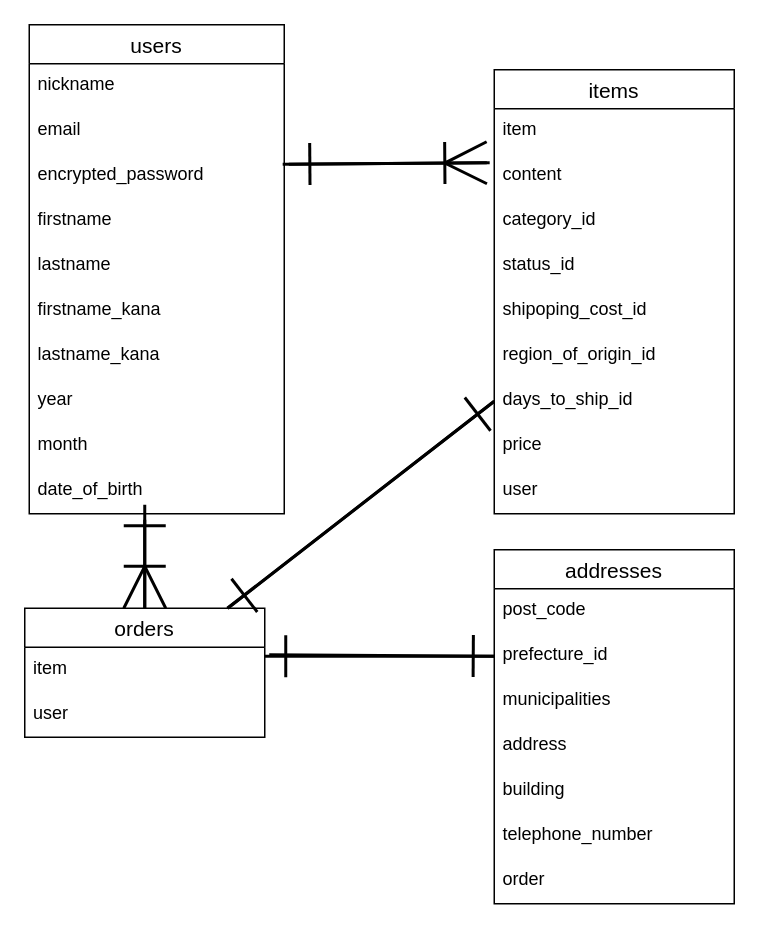
This is test.dio from masayareb/furima-38801, a draw.io file, before an edit. Source tidied: cells renumbered, new cells numbered last; positions are measured from the earlier drawing's top-left corner, leaving out a move shared by most shapes. Both pictures are drawn from the tidied source at 150%, with x=0, y=0 at pixel (24, 24).
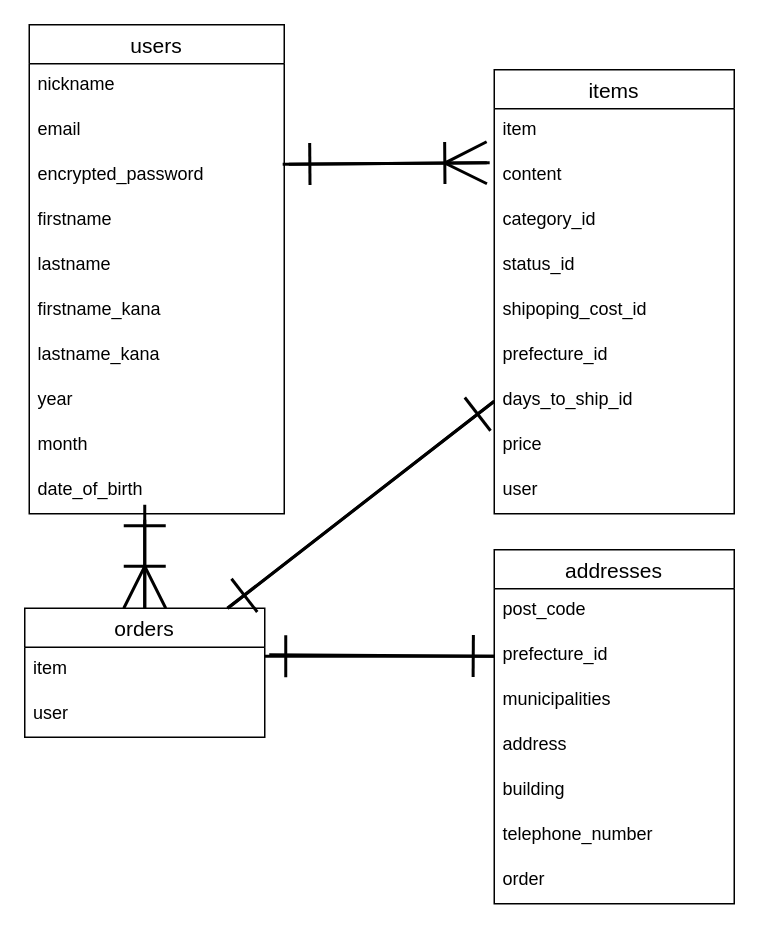
The same diagram, later.

Commit message (it also covers changes not shown here):
データベース_修正3

Unchanged cells that the change refers to:
```xml
<mxCell id="13" value="items" style="swimlane;fontStyle=0;horizontal=1;startSize=26;align=center;fontSize=14;" parent="1" vertex="1">
  <mxGeometry x="313" y="30" width="160" height="296" as="geometry" />
</mxCell>
```

Diff of the diagram source:
```diff
@@
-    <mxCell id="19" value="region_of_origin_id" style="text;strokeColor=none;fillColor=none;spacingLeft=4;spacingRight=4;overflow=hidden;fontSize=12;" parent="13" vertex="1">
+    <mxCell id="19" value="prefecture_id" style="text;strokeColor=none;fillColor=none;spacingLeft=4;spacingRight=4;overflow=hidden;fontSize=12;" parent="13" vertex="1">
       <mxGeometry y="176" width="160" height="30" as="geometry" />
     </mxCell>
```
